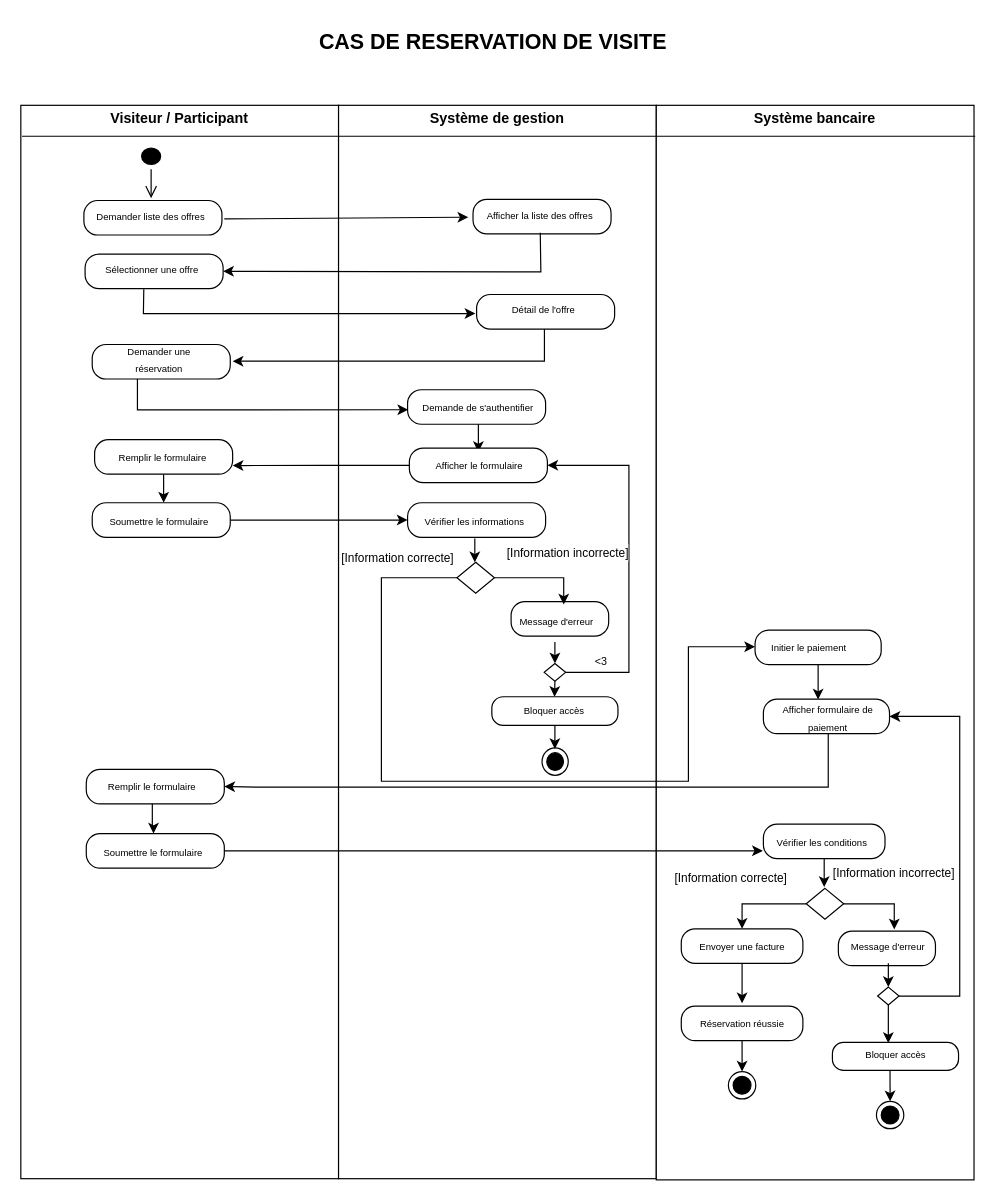
This is activity1.drawio from louis-fresnel99/TpGasaL1, a draw.io file, before an edit. Source tidied: cells renumbered, new cells numbered last; positions are measured from the earlier drawing's top-left corner, leaving out a move shared by most shapes. Both pictures are drawn from the tidied source at 119%, with x=0, y=0 at pixel (20, 20).
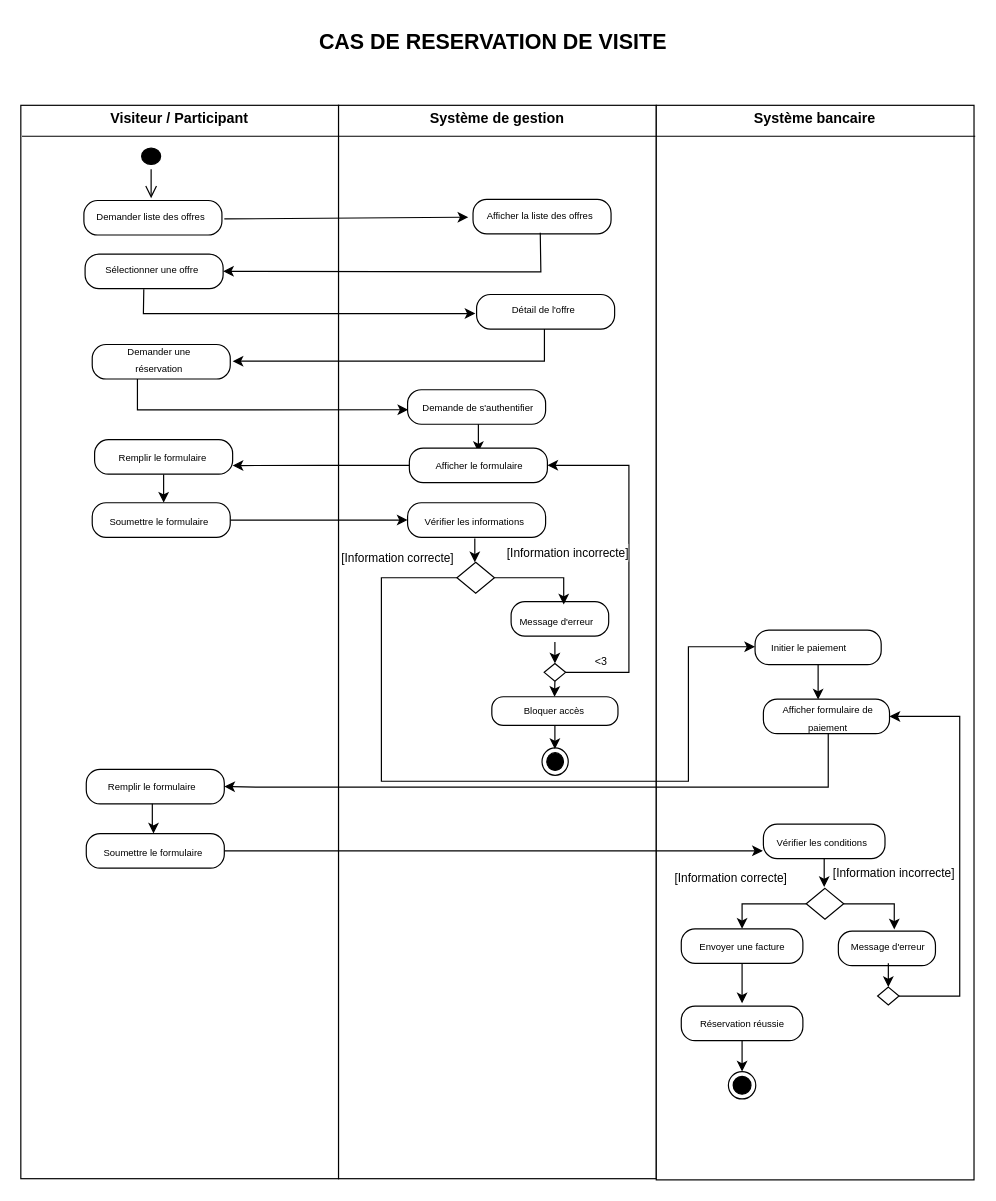
After the change.

Commit message:
Mettre à jour activity1.drawio

Unchanged cells that the change refers to:
```xml
<mxCell id="78" style="rhombus;whiteSpace=wrap;html=1;fontColor=#000000;fillColor=#FFFFFF;strokeColor=#000000;fillStyle=solid;align=center;verticalAlign=top;fontFamily=Helvetica;fontSize=12;labelBackgroundColor=light-dark(#000000,#000000);" parent="1" vertex="1">
  <mxGeometry x="720" y="812" width="18" height="15" as="geometry" />
</mxCell>
```

Change to the diagram source:
```diff
@@
-    <mxCell id="82" style="rounded=1;whiteSpace=wrap;html=1;arcSize=40;fontColor=#000000;fillColor=light-dark(#FFFFFF,#FFFFFF);strokeColor=light-dark(#000000, #ff9090);fillStyle=solid;align=center;verticalAlign=top;fontFamily=Helvetica;fontSize=12;labelBackgroundColor=light-dark(#000000,#000000);" parent="1" vertex="1">
-      <mxGeometry x="682" y="858.5" width="106" height="23.5" as="geometry" />
-    </mxCell>
-    <mxCell id="83" value="&lt;font style=&quot;font-size: 8px;&quot;&gt;Bloquer accès&lt;/font&gt;" style="text;html=1;align=center;verticalAlign=middle;whiteSpace=wrap;rounded=0;fontFamily=Helvetica;fontSize=12;fontColor=default;labelBackgroundColor=none;" parent="1" vertex="1">
-      <mxGeometry x="688.5" y="853" width="93" height="30" as="geometry" />
-    </mxCell>
-    <mxCell id="84" style="edgeStyle=orthogonalEdgeStyle;rounded=0;jettySize=auto;html=1;fontFamily=Helvetica;fontSize=12;fontColor=default;labelBackgroundColor=light-dark(#000000,#000000);" parent="1" edge="1" source="78">
-      <mxGeometry relative="1" as="geometry">
-        <mxPoint x="729" y="859" as="targetPoint" />
-      </mxGeometry>
-    </mxCell>
-    <mxCell id="85" style="edgeStyle=orthogonalEdgeStyle;rounded=0;jettySize=auto;html=1;entryX=0.5;entryY=0;entryDx=0;entryDy=0;fontFamily=Helvetica;fontSize=12;fontColor=default;labelBackgroundColor=light-dark(#000000,#000000);" parent="1" edge="1" target="86">
-      <mxGeometry relative="1" as="geometry">
-        <mxPoint x="730.4" y="882" as="sourcePoint" />
-      </mxGeometry>
-    </mxCell>
-    <mxCell id="86" style="ellipse;html=1;shape=endState;fillColor=#000000;strokeColor=#000000;fillStyle=solid;align=center;verticalAlign=top;fontFamily=Helvetica;fontSize=12;fontColor=default;labelBackgroundColor=light-dark(#000000,#000000);" parent="1" vertex="1">
-      <mxGeometry x="719" y="908" width="23" height="23" as="geometry" />
-    </mxCell>
```
